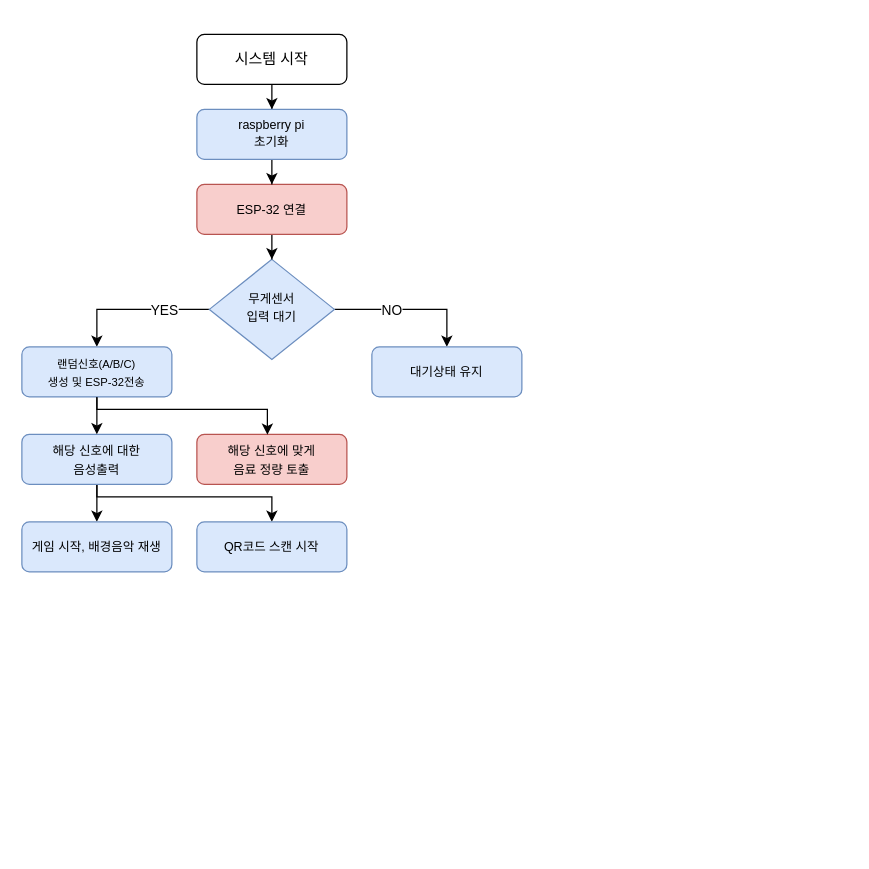
Before: Soju_Dispenser.drawio in jener0907/mca_winter_pro, a draw.io diagram. Source tidied: cells renumbered, new cells numbered last; positions are measured from the earlier drawing's top-left corner, leaving out a move shared by most shapes. Both pictures are drawn from the tidied source at 125%, with x=0, y=0 at pixel (21, 34).
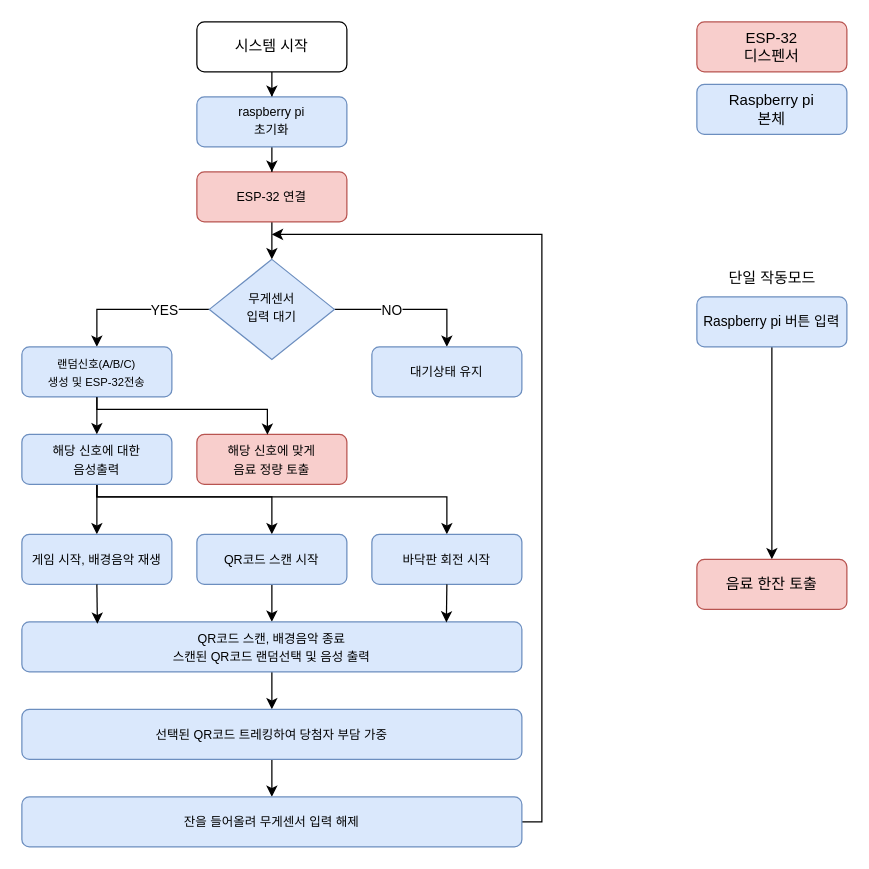
The same page after the edit.

The change refers to these unchanged cells:
```xml
<mxCell id="14" value="&lt;span style=&quot;font-size: 10px;&quot;&gt;해당 신호에 대한&lt;/span&gt;&lt;div&gt;&lt;span style=&quot;font-size: 10px;&quot;&gt;음성출력&lt;/span&gt;&lt;/div&gt;" style="rounded=1;whiteSpace=wrap;html=1;fontSize=12;glass=0;strokeWidth=1;shadow=0;fillColor=#dae8fc;strokeColor=#6c8ebf;" parent="1" vertex="1">
  <mxGeometry y="320" width="120" height="40" as="geometry" />
</mxCell>
```

Diff of the diagram source:
```diff
@@
     <mxCell id="3" value="시스템 시작" style="rounded=1;whiteSpace=wrap;html=1;fontSize=12;glass=0;strokeWidth=1;shadow=0;" parent="1" vertex="1">
-      <mxGeometry x="140" width="120" height="40" as="geometry" />
+      <mxGeometry x="140" y="-10" width="120" height="40" as="geometry" />
     </mxCell>
@@
     <mxCell id="11" value="&lt;font style=&quot;font-size: 10px;&quot;&gt;ESP-32 연결&lt;/font&gt;" style="rounded=1;whiteSpace=wrap;html=1;fontSize=12;glass=0;strokeWidth=1;shadow=0;fillColor=#f8cecc;strokeColor=#b85450;" parent="1" vertex="1">
-      <mxGeometry x="140" y="120" width="120" height="40" as="geometry" />
+      <mxGeometry x="140" y="110" width="120" height="40" as="geometry" />
     </mxCell>
@@
+    <mxCell id="23" style="edgeStyle=orthogonalEdgeStyle;rounded=0;jettySize=auto;html=1;exitX=0.5;exitY=1;exitDx=0;exitDy=0;entryX=0.5;entryY=0;entryDx=0;entryDy=0;" parent="1" edge="1" source="14" target="28">
+      <mxGeometry relative="1" as="geometry">
+        <Array as="points">
+          <mxPoint x="60" y="370" />
+          <mxPoint x="340" y="370" />
+        </Array>
+      </mxGeometry>
+    </mxCell>
@@
     <mxCell id="16" value="&lt;span style=&quot;font-size: 10px;&quot;&gt;게임 시작, 배경음악 재생&lt;/span&gt;" style="rounded=1;whiteSpace=wrap;html=1;fontSize=12;glass=0;strokeWidth=1;shadow=0;fillColor=#dae8fc;strokeColor=#6c8ebf;" parent="1" vertex="1">
-      <mxGeometry y="390" width="120" height="40" as="geometry" />
+      <mxGeometry y="400" width="120" height="40" as="geometry" />
     </mxCell>
+    <mxCell id="24" style="edgeStyle=orthogonalEdgeStyle;rounded=0;jettySize=auto;html=1;exitX=0.5;exitY=1;exitDx=0;exitDy=0;entryX=0.5;entryY=0;entryDx=0;entryDy=0;" parent="1" edge="1" source="17" target="27">
+      <mxGeometry relative="1" as="geometry">
+        <Array as="points">
+          <mxPoint x="200" y="460" />
+          <mxPoint x="200" y="460" />
+        </Array>
+      </mxGeometry>
+    </mxCell>
     <mxCell id="17" value="&lt;font style=&quot;font-size: 10px;&quot;&gt;QR코드 스캔 시작&lt;/font&gt;" style="rounded=1;whiteSpace=wrap;html=1;fontSize=12;glass=0;strokeWidth=1;shadow=0;fillColor=#dae8fc;strokeColor=#6c8ebf;" parent="1" vertex="1">
-      <mxGeometry x="140" y="390" width="120" height="40" as="geometry" />
+      <mxGeometry x="140" y="400" width="120" height="40" as="geometry" />
     </mxCell>
@@
     <mxCell id="19" value="&lt;div&gt;&lt;font style=&quot;forced-color-adjust: none; color: rgb(0, 0, 0); font-family: Helvetica; font-style: normal; font-variant-ligatures: normal; font-variant-caps: normal; font-weight: 400; letter-spacing: normal; orphans: 2; text-align: center; text-indent: 0px; text-transform: none; widows: 2; word-spacing: 0px; -webkit-text-stroke-width: 0px; white-space: normal; text-decoration-thickness: initial; text-decoration-style: initial; text-decoration-color: initial; font-size: 10px; background-color: light-dark(#ffffff, var(--ge-dark-color, #121212));&quot;&gt;&lt;br&gt;&lt;/font&gt;&lt;/div&gt;&lt;font style=&quot;forced-color-adjust: none; color: rgb(0, 0, 0); font-family: Helvetica; font-style: normal; font-variant-ligatures: normal; font-variant-caps: normal; font-weight: 400; letter-spacing: normal; orphans: 2; text-align: center; text-indent: 0px; text-transform: none; widows: 2; word-spacing: 0px; -webkit-text-stroke-width: 0px; white-space: normal; text-decoration-thickness: initial; text-decoration-style: initial; text-decoration-color: initial; font-size: 10px; background-color: light-dark(#ffffff, var(--ge-dark-color, #121212));&quot;&gt;&lt;div&gt;&lt;span style=&quot;color: light-dark(rgb(0, 0, 0), rgb(237, 237, 237));&quot;&gt;raspberry pi&lt;/span&gt;&lt;/div&gt;&lt;div style=&quot;font-size: 12px;&quot;&gt;&lt;font style=&quot;font-size: 10px;&quot;&gt;초기화&lt;/font&gt;&lt;/div&gt;&lt;/font&gt;&lt;div&gt;&lt;br&gt;&lt;/div&gt;" style="rounded=1;whiteSpace=wrap;html=1;fontSize=12;glass=0;strokeWidth=1;shadow=0;fillColor=#dae8fc;strokeColor=#6c8ebf;" parent="1" vertex="1">
-      <mxGeometry x="140" y="60" width="120" height="40" as="geometry" />
+      <mxGeometry x="140" y="50" width="120" height="40" as="geometry" />
     </mxCell>
@@
+    <mxCell id="25" style="edgeStyle=orthogonalEdgeStyle;rounded=0;jettySize=auto;html=1;exitX=1;exitY=0.5;exitDx=0;exitDy=0;" parent="1" edge="1" source="31">
+      <mxGeometry relative="1" as="geometry">
+        <mxPoint x="200" y="160" as="targetPoint" />
+        <Array as="points">
+          <mxPoint x="416" y="630" />
+          <mxPoint x="416" y="160" />
+        </Array>
+      </mxGeometry>
+    </mxCell>
+    <mxCell id="26" style="edgeStyle=orthogonalEdgeStyle;rounded=0;jettySize=auto;html=1;" parent="1" edge="1" source="27" target="30">
+      <mxGeometry relative="1" as="geometry" />
+    </mxCell>
+    <mxCell id="27" value="&lt;font style=&quot;font-size: 10px;&quot;&gt;QR코드 스캔, 배경음악 종료&lt;/font&gt;&lt;div&gt;&lt;span style=&quot;font-size: 10px;&quot;&gt;스캔된 QR코드 랜덤선택 및 음성 출력&lt;/span&gt;&lt;/div&gt;" style="rounded=1;whiteSpace=wrap;html=1;fontSize=12;glass=0;strokeWidth=1;shadow=0;fillColor=#dae8fc;strokeColor=#6c8ebf;" parent="1" vertex="1">
+      <mxGeometry y="470" width="400" height="40" as="geometry" />
+    </mxCell>
+    <mxCell id="28" value="&lt;font style=&quot;font-size: 10px;&quot;&gt;바닥판 회전 시작&lt;/font&gt;" style="rounded=1;whiteSpace=wrap;html=1;fontSize=12;glass=0;strokeWidth=1;shadow=0;fillColor=#dae8fc;strokeColor=#6c8ebf;" parent="1" vertex="1">
+      <mxGeometry x="280" y="400" width="120" height="40" as="geometry" />
+    </mxCell>
+    <mxCell id="29" style="edgeStyle=orthogonalEdgeStyle;rounded=0;jettySize=auto;html=1;" parent="1" edge="1" source="30" target="31">
+      <mxGeometry relative="1" as="geometry" />
+    </mxCell>
+    <mxCell id="30" value="&lt;span style=&quot;font-size: 10px;&quot;&gt;선택된 QR코드 트레킹하여 당첨자 부담 가중&lt;/span&gt;" style="rounded=1;whiteSpace=wrap;html=1;fontSize=12;glass=0;strokeWidth=1;shadow=0;fillColor=#dae8fc;strokeColor=#6c8ebf;" parent="1" vertex="1">
+      <mxGeometry y="540" width="400" height="40" as="geometry" />
+    </mxCell>
+    <mxCell id="31" value="&lt;span style=&quot;font-size: 10px;&quot;&gt;잔을 들어올려 무게센서 입력 해제&lt;/span&gt;" style="rounded=1;whiteSpace=wrap;html=1;fontSize=12;glass=0;strokeWidth=1;shadow=0;fillColor=#dae8fc;strokeColor=#6c8ebf;" parent="1" vertex="1">
+      <mxGeometry y="610" width="400" height="40" as="geometry" />
+    </mxCell>
+    <mxCell id="32" style="edgeStyle=orthogonalEdgeStyle;rounded=0;jettySize=auto;html=1;exitX=0.5;exitY=1;exitDx=0;exitDy=0;entryX=0.5;entryY=0;entryDx=0;entryDy=0;" parent="1" edge="1" source="33" target="34">
+      <mxGeometry relative="1" as="geometry" />
+    </mxCell>
+    <mxCell id="33" value="&lt;font style=&quot;font-size: 11px;&quot;&gt;Raspberry pi 버튼 입력&lt;/font&gt;" style="rounded=1;whiteSpace=wrap;html=1;fontSize=12;glass=0;strokeWidth=1;shadow=0;fillColor=#dae8fc;strokeColor=#6c8ebf;" parent="1" vertex="1">
+      <mxGeometry x="540" y="210" width="120" height="40" as="geometry" />
+    </mxCell>
+    <mxCell id="34" value="&lt;font&gt;음료 한잔 토출&lt;/font&gt;" style="rounded=1;whiteSpace=wrap;html=1;fontSize=12;glass=0;strokeWidth=1;shadow=0;fillColor=#f8cecc;strokeColor=#b85450;" parent="1" vertex="1">
+      <mxGeometry x="540" y="420" width="120" height="40" as="geometry" />
+    </mxCell>
+    <mxCell id="35" value="단일 작동모드" style="text;html=1;align=center;verticalAlign=middle;strokeColor=none;fillColor=none;" parent="1" vertex="1">
+      <mxGeometry x="550" y="180" width="100" height="30" as="geometry" />
+    </mxCell>
+    <mxCell id="36" style="edgeStyle=orthogonalEdgeStyle;rounded=0;jettySize=auto;html=1;exitX=0.5;exitY=1;exitDx=0;exitDy=0;entryX=0.151;entryY=0.039;entryDx=0;entryDy=0;entryPerimeter=0;" parent="1" edge="1" source="16" target="27">
+      <mxGeometry relative="1" as="geometry" />
+    </mxCell>
+    <mxCell id="37" style="edgeStyle=orthogonalEdgeStyle;rounded=0;jettySize=auto;html=1;exitX=0.5;exitY=1;exitDx=0;exitDy=0;entryX=0.849;entryY=0.012;entryDx=0;entryDy=0;entryPerimeter=0;" parent="1" edge="1" source="28" target="27">
+      <mxGeometry relative="1" as="geometry" />
+    </mxCell>
+    <mxCell id="38" value="ESP-32&lt;div&gt;디스펜서&lt;/div&gt;" style="rounded=1;whiteSpace=wrap;html=1;fontSize=12;glass=0;strokeWidth=1;shadow=0;fillColor=#f8cecc;strokeColor=#b85450;" parent="1" vertex="1">
+      <mxGeometry x="540" y="-10" width="120" height="40" as="geometry" />
+    </mxCell>
+    <mxCell id="39" value="&lt;font&gt;Raspberry pi&lt;/font&gt;&lt;div&gt;&lt;font&gt;본체&lt;/font&gt;&lt;/div&gt;" style="rounded=1;whiteSpace=wrap;html=1;fontSize=12;glass=0;strokeWidth=1;shadow=0;fillColor=#dae8fc;strokeColor=#6c8ebf;" parent="1" vertex="1">
+      <mxGeometry x="540" y="40" width="120" height="40" as="geometry" />
+    </mxCell>
```
